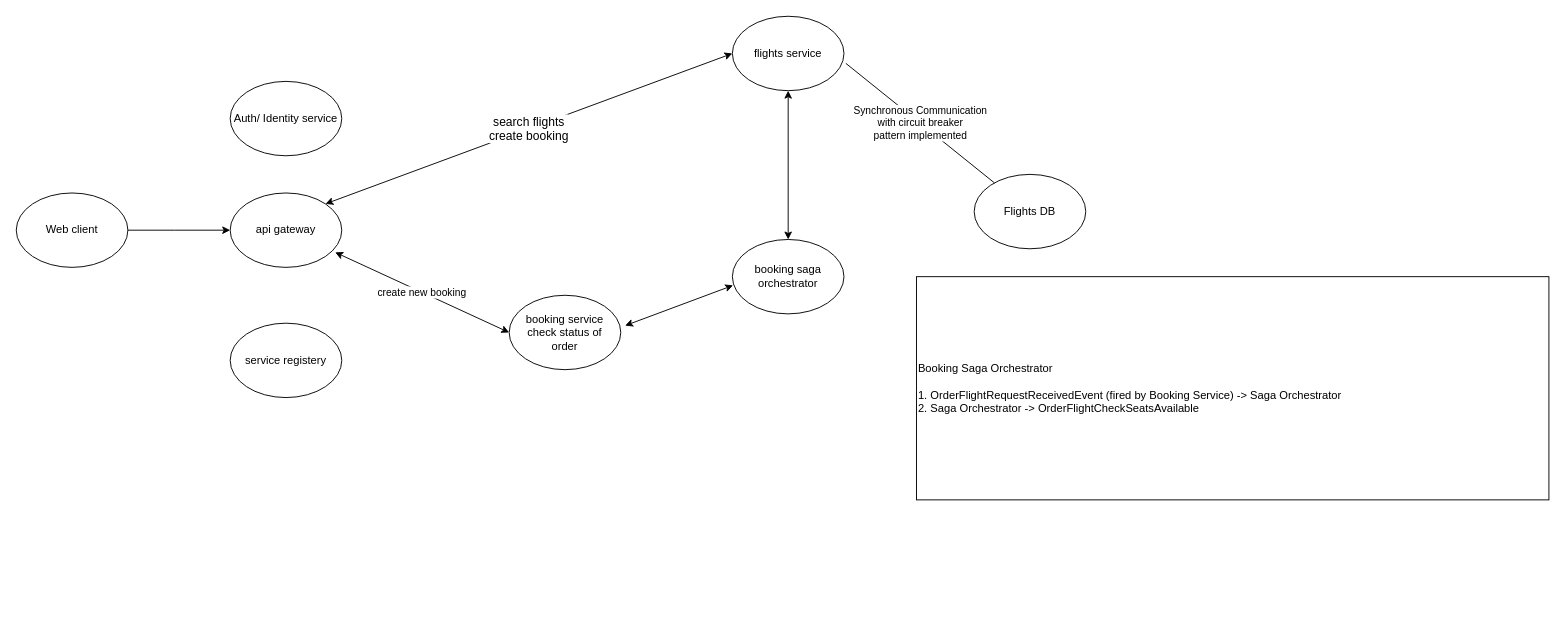
This is HLD.drawio from varindersingh6885/bookingsystem-backend, a draw.io file, before an edit. Source tidied: cells renumbered, new cells numbered last; positions are measured from the earlier drawing's top-left corner, leaving out a move shared by most shapes. Both pictures are drawn from the tidied source at 93%, with x=0, y=0 at pixel (16, 16).
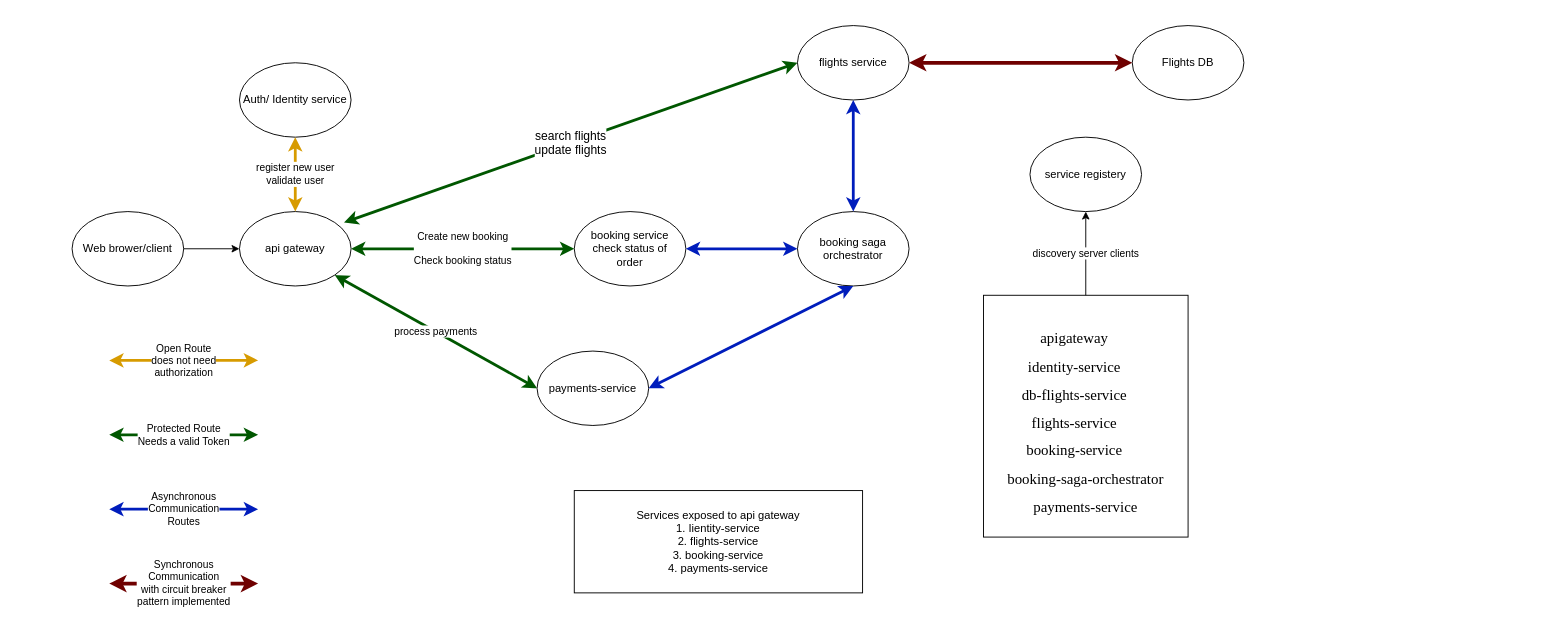
The same page after the edit.

What changed in the source:
```diff
@@
     <mxCell id="2" value="flights service" style="ellipse;whiteSpace=wrap;html=1;" parent="1" vertex="1">
-      <mxGeometry x="770" width="120" height="80" as="geometry" />
+      <mxGeometry x="840" y="10" width="120" height="80" as="geometry" />
     </mxCell>
     <mxCell id="3" value="Flights DB" style="ellipse;whiteSpace=wrap;html=1;" parent="1" vertex="1">
-      <mxGeometry x="1030" y="170" width="120" height="80" as="geometry" />
+      <mxGeometry x="1200" y="10" width="120" height="80" as="geometry" />
     </mxCell>
-    <mxCell id="4" value="Web client" style="ellipse;whiteSpace=wrap;html=1;" parent="1" vertex="1">
-      <mxGeometry y="190" width="120" height="80" as="geometry" />
+    <mxCell id="4" value="Web brower/client" style="ellipse;whiteSpace=wrap;html=1;" parent="1" vertex="1">
+      <mxGeometry x="60" y="210" width="120" height="80" as="geometry" />
     </mxCell>
     <mxCell id="5" value="service registery" style="ellipse;whiteSpace=wrap;html=1;" parent="1" vertex="1">
-      <mxGeometry x="230" y="330" width="120" height="80" as="geometry" />
+      <mxGeometry x="1090" y="130" width="120" height="80" as="geometry" />
     </mxCell>
     <mxCell id="6" value="api gateway" style="ellipse;whiteSpace=wrap;html=1;" parent="1" vertex="1">
-      <mxGeometry x="230" y="190" width="120" height="80" as="geometry" />
+      <mxGeometry x="240" y="210" width="120" height="80" as="geometry" />
     </mxCell>
     <mxCell id="7" value="Auth/ Identity service" style="ellipse;whiteSpace=wrap;html=1;" parent="1" vertex="1">
-      <mxGeometry x="230" y="70" width="120" height="80" as="geometry" />
+      <mxGeometry x="240" y="50" width="120" height="80" as="geometry" />
     </mxCell>
-    <mxCell id="8" value="Synchronous Communication&lt;br&gt;with circuit breaker &lt;br&gt;pattern implemented" style="endArrow=none;html=1;rounded=0;entryX=1.017;entryY=0.633;entryDx=0;entryDy=0;entryPerimeter=0;verticalAlign=middle;horizontal=1;targetPerimeterSpacing=0;" parent="1" edge="1" source="3" target="2">
-      <mxGeometry relative="1" as="geometry" />
-    </mxCell>
-    <mxCell id="9" value="&lt;font style=&quot;font-size: 13px;&quot;&gt;search flights&lt;br&gt;create booking&lt;/font&gt;" style="endArrow=classic;startArrow=classic;html=1;rounded=0;exitX=1;exitY=0;exitDx=0;exitDy=0;entryX=0;entryY=0.5;entryDx=0;entryDy=0;" parent="1" edge="1" source="6" target="2">
-      <mxGeometry relative="1" as="geometry" />
+    <mxCell id="9" value="&lt;font style=&quot;font-size: 13px;&quot;&gt;search flights&lt;br&gt;update flights&lt;/font&gt;" style="endArrow=classic;startArrow=classic;html=1;rounded=0;exitX=1;exitY=0;exitDx=0;exitDy=0;entryX=0;entryY=0.5;entryDx=0;entryDy=0;fillColor=#008a00;strokeColor=#005700;strokeWidth=3;" parent="1" edge="1">
+      <mxGeometry relative="1" as="geometry">
+        <mxPoint x="352.4" y="221.7" as="sourcePoint" />
+        <mxPoint x="840" y="50" as="targetPoint" />
+      </mxGeometry>
     </mxCell>
     <mxCell id="10" style="endArrow=classic;html=1;rounded=0;exitX=1;exitY=0.5;exitDx=0;exitDy=0;entryX=0;entryY=0.5;entryDx=0;entryDy=0;" parent="1" edge="1" source="4" target="6">
-      <mxGeometry relative="1" as="geometry">
-        <Array as="points">
-          <mxPoint x="170" y="230" />
-        </Array>
-      </mxGeometry>
+      <mxGeometry relative="1" as="geometry" />
     </mxCell>
     <mxCell id="11" value="booking saga orchestrator" style="ellipse;whiteSpace=wrap;html=1;" parent="1" vertex="1">
-      <mxGeometry x="770" y="240" width="120" height="80" as="geometry" />
+      <mxGeometry x="840" y="210" width="120" height="80" as="geometry" />
     </mxCell>
-    <mxCell id="12" style="endArrow=classic;startArrow=classic;html=1;rounded=0;entryX=0.5;entryY=1;entryDx=0;entryDy=0;exitX=0.5;exitY=0;exitDx=0;exitDy=0;" parent="1" edge="1" source="11" target="2">
-      <mxGeometry relative="1" as="geometry" />
+    <mxCell id="12" style="endArrow=classic;startArrow=classic;html=1;rounded=0;entryX=0.5;entryY=1;entryDx=0;entryDy=0;exitX=0.5;exitY=0;exitDx=0;exitDy=0;fillColor=#0050ef;strokeColor=#001DBC;strokeWidth=3;" parent="1" edge="1">
+      <mxGeometry relative="1" as="geometry">
+        <mxPoint x="900" y="210" as="sourcePoint" />
+        <mxPoint x="900" y="90" as="targetPoint" />
+      </mxGeometry>
     </mxCell>
     <mxCell id="13" value="booking service&lt;br&gt;check status of &lt;br&gt;order" style="ellipse;whiteSpace=wrap;html=1;" parent="1" vertex="1">
-      <mxGeometry x="530" y="300" width="120" height="80" as="geometry" />
+      <mxGeometry x="600" y="210" width="120" height="80" as="geometry" />
     </mxCell>
-    <mxCell id="14" value="create new booking" style="endArrow=classic;startArrow=classic;html=1;rounded=0;entryX=0;entryY=0.5;entryDx=0;entryDy=0;exitX=0.941;exitY=0.798;exitDx=0;exitDy=0;exitPerimeter=0;" parent="1" edge="1" source="6" target="13">
+    <mxCell id="14" value="Create new booking&lt;br&gt;&lt;br&gt;Check booking status" style="endArrow=classic;startArrow=classic;html=1;rounded=0;entryX=0;entryY=0.5;entryDx=0;entryDy=0;exitX=1;exitY=0.5;exitDx=0;exitDy=0;fillColor=#008a00;strokeColor=#005700;strokeWidth=3;" parent="1" edge="1" source="6" target="13">
       <mxGeometry relative="1" as="geometry" />
     </mxCell>
-    <mxCell id="15" value="Booking Saga Orchestrator&lt;br&gt;&lt;br&gt;1.&amp;nbsp;OrderFlightRequestReceivedEvent (fired by Booking Service) -&amp;gt; Saga Orchestrator&lt;br&gt;2. Saga Orchestrator -&amp;gt;&amp;nbsp;OrderFlightCheckSeatsAvailable&amp;nbsp;" style="rounded=0;whiteSpace=wrap;html=1;align=left;" parent="1" vertex="1">
-      <mxGeometry x="968" y="280" width="680" height="240" as="geometry" />
-    </mxCell>
-    <mxCell id="16" style="endArrow=classic;startArrow=classic;html=1;rounded=0;entryX=0.006;entryY=0.617;entryDx=0;entryDy=0;entryPerimeter=0;exitX=1.039;exitY=0.408;exitDx=0;exitDy=0;exitPerimeter=0;" parent="1" edge="1" source="13" target="11">
+    <mxCell id="16" style="endArrow=classic;startArrow=classic;html=1;rounded=0;entryX=0;entryY=0.5;entryDx=0;entryDy=0;exitX=1;exitY=0.5;exitDx=0;exitDy=0;fillColor=#0050ef;strokeColor=#001DBC;strokeWidth=3;" parent="1" edge="1" source="13" target="11">
       <mxGeometry relative="1" as="geometry" />
     </mxCell>
+    <mxCell id="17" value="payments-service" style="ellipse;whiteSpace=wrap;html=1;" parent="1" vertex="1">
+      <mxGeometry x="560" y="360" width="120" height="80" as="geometry" />
+    </mxCell>
+    <mxCell id="18" value="process payments" style="endArrow=classic;startArrow=classic;html=1;rounded=0;entryX=1;entryY=1;entryDx=0;entryDy=0;exitX=0;exitY=0.5;exitDx=0;exitDy=0;fillColor=#008a00;strokeColor=#005700;strokeWidth=3;" parent="1" edge="1" source="17" target="6">
+      <mxGeometry relative="1" as="geometry" />
+    </mxCell>
+    <mxCell id="19" value="register new user&lt;br&gt;validate user" style="endArrow=classic;startArrow=classic;html=1;rounded=0;entryX=0.5;entryY=1;entryDx=0;entryDy=0;exitX=0.5;exitY=0;exitDx=0;exitDy=0;fillColor=#ffe6cc;strokeColor=#d79b00;strokeWidth=3;" parent="1" edge="1" source="6" target="7">
+      <mxGeometry relative="1" as="geometry" />
+    </mxCell>
+    <mxCell id="20" style="endArrow=classic;startArrow=classic;html=1;rounded=0;entryX=0.5;entryY=1;entryDx=0;entryDy=0;fillColor=#0050ef;strokeColor=#001DBC;strokeWidth=3;" parent="1" edge="1" target="11">
+      <mxGeometry relative="1" as="geometry">
+        <mxPoint x="680" y="400" as="sourcePoint" />
+      </mxGeometry>
+    </mxCell>
+    <mxCell id="21" value="&lt;p style=&quot;border-color: var(--border-color); text-indent: -18pt;&quot; class=&quot;MsoListParagraphCxSpFirst&quot;&gt;&lt;span style=&quot;background-color: initial; font-family: &amp;quot;Times New Roman&amp;quot;, serif; font-size: 12pt; text-indent: -18pt;&quot;&gt;apigateway&lt;/span&gt;&lt;br&gt;&lt;/p&gt;&lt;p style=&quot;border-color: var(--border-color); text-indent: -18pt;&quot; class=&quot;MsoListParagraphCxSpFirst&quot;&gt;&lt;span style=&quot;border-color: var(--border-color); font-family: &amp;quot;Times New Roman&amp;quot;, serif; font-size: 12pt; text-indent: -18pt; background-color: initial;&quot;&gt;identity-service&lt;/span&gt;&lt;/p&gt;&lt;p style=&quot;border-color: var(--border-color); text-indent: -18pt;&quot; class=&quot;MsoListParagraphCxSpMiddle&quot;&gt;&lt;span style=&quot;border-color: var(--border-color); line-height: 17.12px; font-family: &amp;quot;Times New Roman&amp;quot;, serif; font-size: 12pt;&quot; lang=&quot;EN-US&quot;&gt;db-flights-service&lt;/span&gt;&lt;/p&gt;&lt;p style=&quot;border-color: var(--border-color); text-indent: -18pt;&quot; class=&quot;MsoListParagraphCxSpMiddle&quot;&gt;&lt;span style=&quot;border-color: var(--border-color); line-height: 17.12px; font-family: &amp;quot;Times New Roman&amp;quot;, serif; font-size: 12pt;&quot; lang=&quot;EN-US&quot;&gt;flights-service&lt;/span&gt;&lt;/p&gt;&lt;p style=&quot;border-color: var(--border-color); text-indent: -18pt;&quot; class=&quot;MsoListParagraphCxSpMiddle&quot;&gt;&lt;span style=&quot;border-color: var(--border-color); line-height: 17.12px; font-family: &amp;quot;Times New Roman&amp;quot;, serif; font-size: 12pt;&quot; lang=&quot;EN-US&quot;&gt;booking-service&lt;/span&gt;&lt;/p&gt;&lt;p style=&quot;border-color: var(--border-color); text-indent: -18pt;&quot; class=&quot;MsoListParagraphCxSpMiddle&quot;&gt;&lt;span style=&quot;background-color: initial; font-family: &amp;quot;Times New Roman&amp;quot;, serif; font-size: 12pt; text-indent: -18pt;&quot;&gt;&amp;nbsp; &amp;nbsp; &amp;nbsp; booking-saga-orchestrator&lt;/span&gt;&lt;/p&gt;&lt;span style=&quot;border-color: var(--border-color); line-height: 17.12px; font-family: &amp;quot;Times New Roman&amp;quot;, serif; font-size: 12pt;&quot; lang=&quot;EN-US&quot;&gt;&lt;div style=&quot;&quot;&gt;&lt;span style=&quot;font-size: 12pt; background-color: initial;&quot;&gt;payments-service&lt;/span&gt;&lt;/div&gt;&lt;/span&gt;" style="rounded=0;whiteSpace=wrap;html=1;align=center;" parent="1" vertex="1">
+      <mxGeometry x="1040" y="300" width="220" height="260" as="geometry" />
+    </mxCell>
+    <mxCell id="22" value="discovery server clients" style="endArrow=classic;html=1;rounded=0;exitX=0.5;exitY=0;exitDx=0;exitDy=0;entryX=0.5;entryY=1;entryDx=0;entryDy=0;" parent="1" edge="1" source="21" target="5">
+      <mxGeometry relative="1" as="geometry" />
+    </mxCell>
+    <mxCell id="23" value="Open Route&lt;br&gt;does not need &lt;br&gt;authorization" style="endArrow=classic;startArrow=classic;html=1;rounded=0;fillColor=#ffe6cc;strokeColor=#d79b00;strokeWidth=3;" parent="1" edge="1">
+      <mxGeometry relative="1" as="geometry">
+        <mxPoint x="100" y="370" as="sourcePoint" />
+        <mxPoint x="260" y="370" as="targetPoint" />
+      </mxGeometry>
+    </mxCell>
+    <mxCell id="24" value="Protected Route&lt;br&gt;Needs a valid Token" style="endArrow=classic;startArrow=classic;html=1;rounded=0;fillColor=#008a00;strokeColor=#005700;strokeWidth=3;" parent="1" edge="1">
+      <mxGeometry relative="1" as="geometry">
+        <mxPoint x="100" y="450" as="sourcePoint" />
+        <mxPoint x="260" y="450" as="targetPoint" />
+      </mxGeometry>
+    </mxCell>
+    <mxCell id="25" value="Asynchronous&lt;br&gt;Communication&lt;br&gt;Routes" style="endArrow=classic;startArrow=classic;html=1;rounded=0;exitX=1;exitY=0.5;exitDx=0;exitDy=0;fillColor=#0050ef;strokeColor=#001DBC;strokeWidth=3;" parent="1" edge="1">
+      <mxGeometry relative="1" as="geometry">
+        <mxPoint x="100" y="530" as="sourcePoint" />
+        <mxPoint x="260" y="530" as="targetPoint" />
+      </mxGeometry>
+    </mxCell>
+    <mxCell id="8" value="Synchronous&lt;br style=&quot;border-color: var(--border-color);&quot;&gt;Communication&lt;br style=&quot;border-color: var(--border-color);&quot;&gt;with circuit breaker&lt;br style=&quot;border-color: var(--border-color);&quot;&gt;pattern implemented" style="endArrow=classic;startArrow=classic;html=1;rounded=0;fillColor=#a20025;strokeColor=#6F0000;strokeWidth=4;" parent="1" edge="1">
+      <mxGeometry relative="1" as="geometry">
+        <mxPoint x="100" y="610" as="sourcePoint" />
+        <mxPoint x="260" y="610" as="targetPoint" />
+      </mxGeometry>
+    </mxCell>
+    <mxCell id="26" style="endArrow=classic;startArrow=classic;html=1;rounded=0;exitX=0;exitY=0.5;exitDx=0;exitDy=0;entryX=1;entryY=0.5;entryDx=0;entryDy=0;fillColor=#a20025;strokeColor=#6F0000;strokeWidth=4;" parent="1" edge="1" source="3" target="2">
+      <mxGeometry relative="1" as="geometry">
+        <Array as="points">
+          <mxPoint x="1100" y="50" />
+        </Array>
+      </mxGeometry>
+    </mxCell>
+    <mxCell id="27" value="Services exposed to api gateway&lt;br&gt;1. Iientity-service&lt;br&gt;2. flights-service&lt;br&gt;3. booking-service&lt;br&gt;4. payments-service" style="rounded=0;whiteSpace=wrap;html=1;" parent="1" vertex="1">
+      <mxGeometry x="600" y="510" width="310" height="110" as="geometry" />
+    </mxCell>
```
